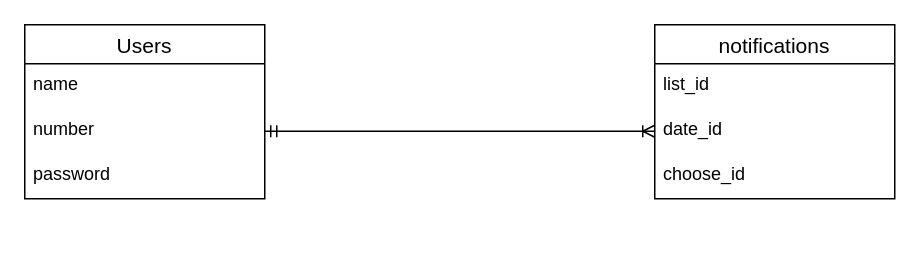
The draw.io diagram ER.dio in nkubota05/rakushif, before the edit. Source tidied: cells renumbered, new cells numbered last; positions are measured from the earlier drawing's top-left corner, leaving out a move shared by most shapes. Both pictures are drawn from the tidied source at 150%, with x=0, y=0 at pixel (24, 24).
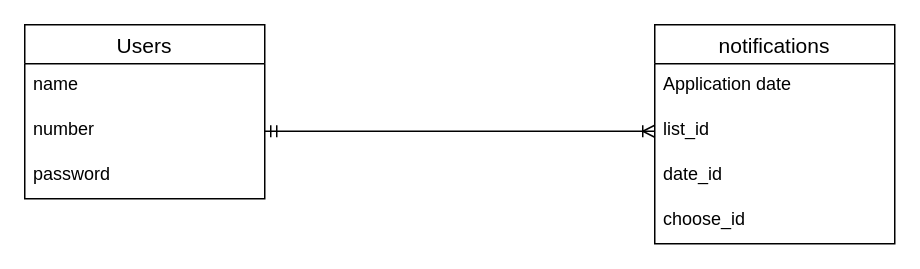
After the change.

What changed in the source:
```diff
@@
 <mxGraphModel>
   <root>
     <mxCell id="0" />
     <mxCell id="1" parent="0" />
     <mxCell id="2" value="Users" style="swimlane;fontStyle=0;horizontal=1;startSize=26;align=center;fontSize=14;" parent="1" vertex="1">
       <mxGeometry width="160" height="116" as="geometry" />
     </mxCell>
     <mxCell id="3" value="name&#10;" style="text;strokeColor=none;fillColor=none;spacingLeft=4;spacingRight=4;overflow=hidden;fontSize=12;" parent="2" vertex="1">
       <mxGeometry y="26" width="160" height="30" as="geometry" />
     </mxCell>
     <mxCell id="4" value="number" style="text;strokeColor=none;fillColor=none;spacingLeft=4;spacingRight=4;overflow=hidden;points=[[0,0.5],[1,0.5]];portConstraint=eastwest;fontSize=12;" parent="2" vertex="1">
       <mxGeometry y="56" width="160" height="30" as="geometry" />
     </mxCell>
     <mxCell id="5" value="password" style="text;strokeColor=none;fillColor=none;spacingLeft=4;spacingRight=4;overflow=hidden;fontSize=12;" parent="2" vertex="1">
       <mxGeometry y="86" width="160" height="30" as="geometry" />
     </mxCell>
     <mxCell id="6" value="notifications" style="swimlane;fontStyle=0;horizontal=1;startSize=26;align=center;fontSize=14;" parent="1" vertex="1">
-      <mxGeometry x="420" width="160" height="116" as="geometry" />
+      <mxGeometry x="420" width="160" height="146" as="geometry" />
     </mxCell>
-    <mxCell id="7" value="list_id&#10;" style="text;strokeColor=none;fillColor=none;spacingLeft=4;spacingRight=4;overflow=hidden;fontSize=12;" parent="6" vertex="1">
+    <mxCell id="7" value="Application date&#10;" style="text;strokeColor=none;fillColor=none;spacingLeft=4;spacingRight=4;overflow=hidden;fontSize=12;" parent="6" vertex="1">
       <mxGeometry y="26" width="160" height="30" as="geometry" />
     </mxCell>
-    <mxCell id="8" value="date_id" style="text;strokeColor=none;fillColor=none;spacingLeft=4;spacingRight=4;overflow=hidden;points=[[0,0.5],[1,0.5]];portConstraint=eastwest;fontSize=12;" parent="6" vertex="1">
+    <mxCell id="8" value="list_id&#10;" style="text;strokeColor=none;fillColor=none;spacingLeft=4;spacingRight=4;overflow=hidden;points=[[0,0.5],[1,0.5]];portConstraint=eastwest;fontSize=12;" parent="6" vertex="1">
       <mxGeometry y="56" width="160" height="30" as="geometry" />
     </mxCell>
-    <mxCell id="9" value="choose_id" style="text;strokeColor=none;fillColor=none;spacingLeft=4;spacingRight=4;overflow=hidden;fontSize=12;" parent="6" vertex="1">
+    <mxCell id="9" value="date_id" style="text;strokeColor=none;fillColor=none;spacingLeft=4;spacingRight=4;overflow=hidden;fontSize=12;" parent="6" vertex="1">
       <mxGeometry y="86" width="160" height="30" as="geometry" />
     </mxCell>
+    <mxCell id="11" value="choose_id" style="text;strokeColor=none;fillColor=none;spacingLeft=4;spacingRight=4;overflow=hidden;fontSize=12;" parent="6" vertex="1">
+      <mxGeometry y="116" width="160" height="30" as="geometry" />
+    </mxCell>
     <mxCell id="10" style="edgeStyle=entityRelationEdgeStyle;fontSize=12;html=1;endArrow=ERoneToMany;startArrow=ERmandOne;exitX=1;exitY=0.5;exitDx=0;exitDy=0;entryX=0;entryY=0.5;entryDx=0;entryDy=0;" parent="1" edge="1" source="4" target="8">
       <mxGeometry relative="1" as="geometry" />
     </mxCell>
   </root>
 </mxGraphModel>
```
